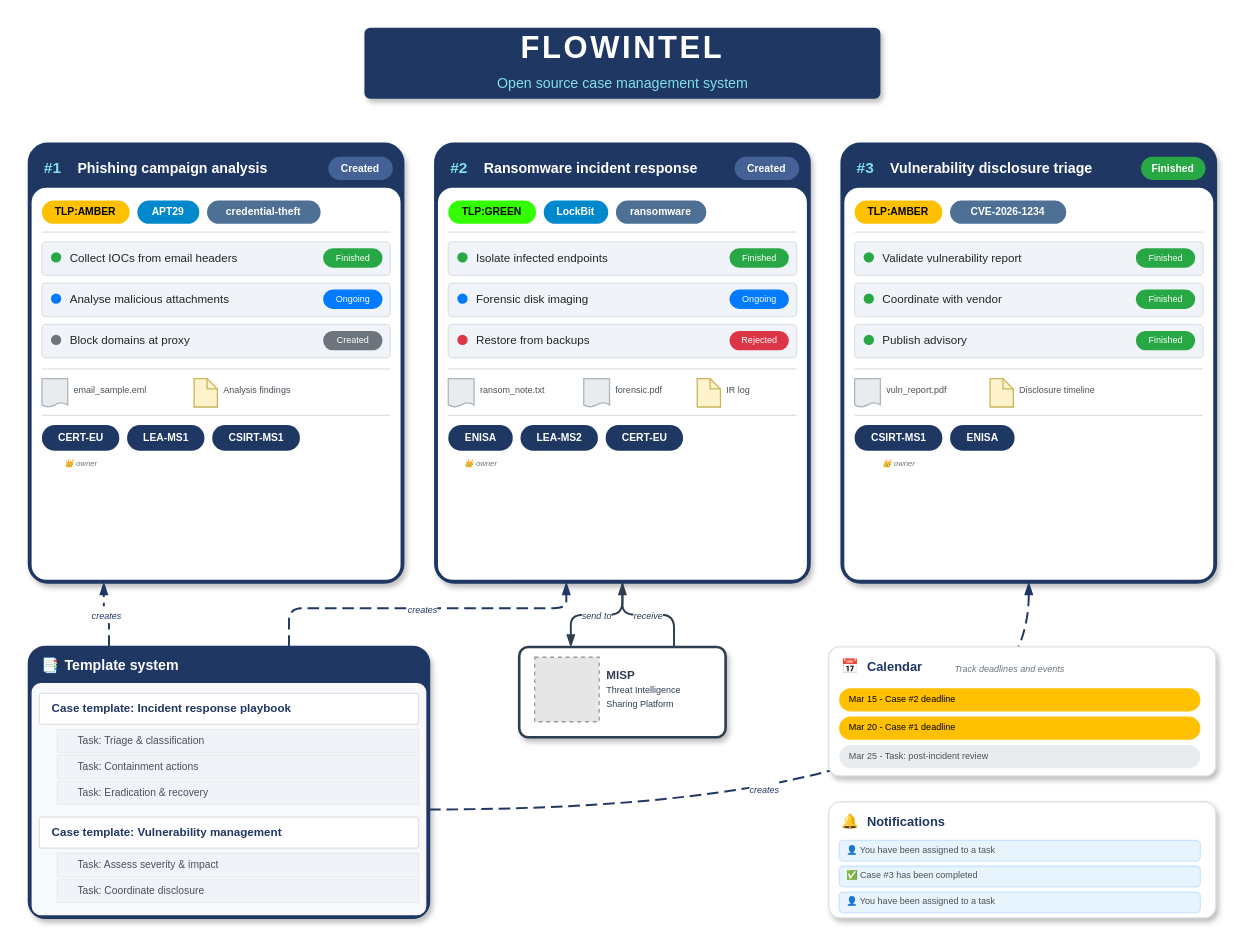
Earlier version of the draw.io diagram page "intro" (1 of 6) of doc/diagrams/flowintel.drawio (cudeso/flowintel). Source tidied: cells renumbered, new cells numbered last; positions are measured from the earlier drawing's top-left corner, leaving out a move shared by most shapes. Both pictures are drawn from the tidied source at 129%, with x=0, y=0 at pixel (28, 27). Pictures stored in the file or linked from it are replaced by grey dashed boxes.
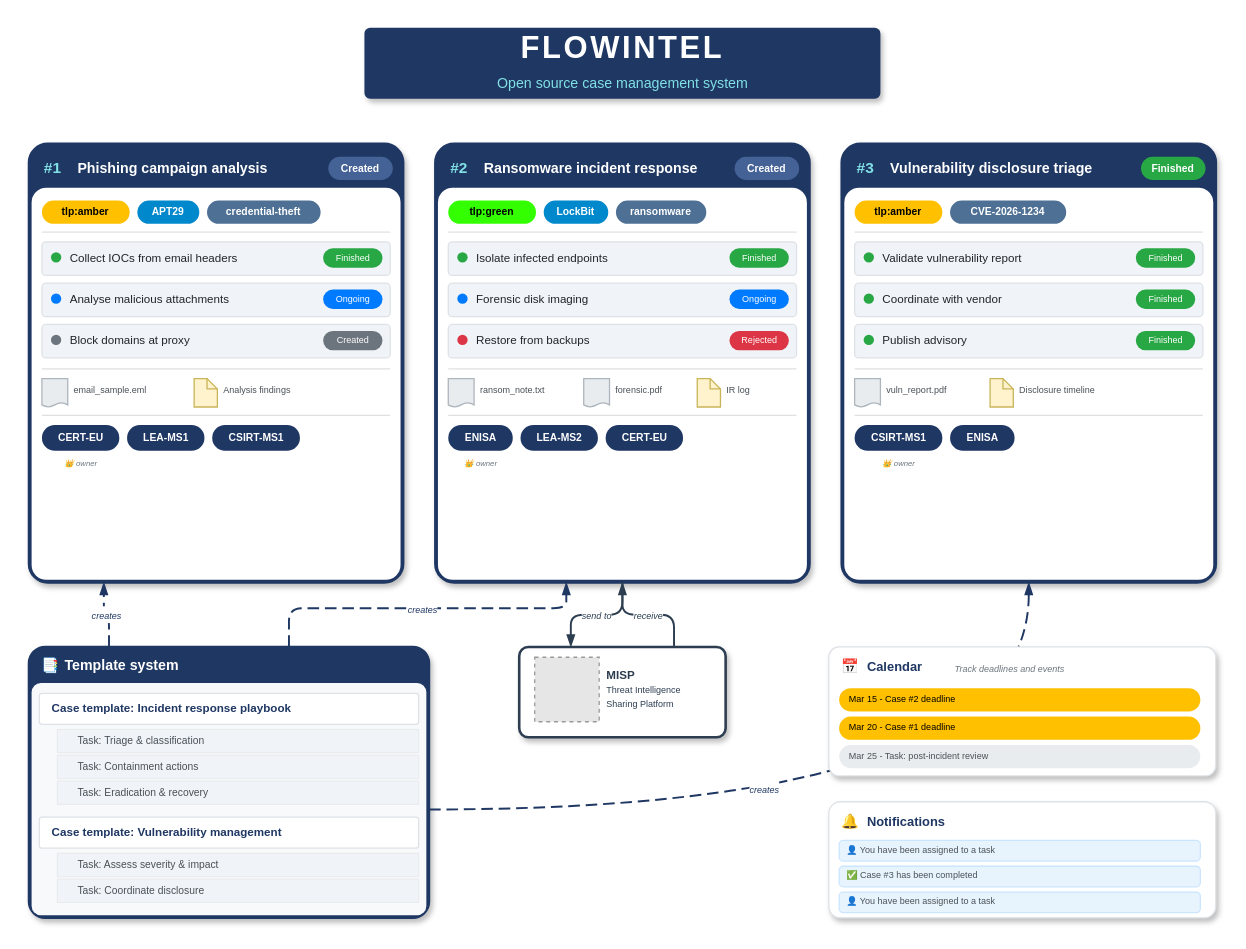
Above is the later version.

Unchanged cells that the change refers to:
```xml
<mxCell id="5" style="rounded=1;whiteSpace=wrap;html=1;fillColor=#1f3763;strokeColor=#1f3763;strokeWidth=2;arcSize=5;shadow=1;" parent="1" vertex="1">
  <mxGeometry y="90" width="290" height="340" as="geometry" />
</mxCell>
<mxCell id="36" style="rounded=1;whiteSpace=wrap;html=1;fillColor=#1f3763;strokeColor=#1f3763;strokeWidth=2;arcSize=5;shadow=1;" parent="1" vertex="1">
  <mxGeometry x="315" y="90" width="290" height="340" as="geometry" />
</mxCell>
<mxCell id="69" style="rounded=1;whiteSpace=wrap;html=1;fillColor=#1f3763;strokeColor=#1f3763;strokeWidth=2;arcSize=5;shadow=1;" parent="1" vertex="1">
  <mxGeometry x="630" y="90" width="290" height="340" as="geometry" />
</mxCell>
```

What changed in the source:
```diff
@@
-    <mxCell id="10" value="TLP:AMBER" style="rounded=1;whiteSpace=wrap;html=1;fillColor=#FFC000;fontColor=#000000;strokeColor=none;fontSize=8;fontStyle=1;arcSize=50;" parent="5" vertex="1">
+    <mxCell id="10" value="tlp:amber" style="rounded=1;whiteSpace=wrap;html=1;fillColor=#FFC000;fontColor=#000000;strokeColor=none;fontSize=8;fontStyle=1;arcSize=50;" parent="5" vertex="1">
       <mxGeometry x="10" y="44" width="68" height="18" as="geometry" />
     </mxCell>
@@
-    <mxCell id="41" value="TLP:GREEN" style="rounded=1;whiteSpace=wrap;html=1;fillColor=#33FF00;fontColor=#000000;strokeColor=none;fontSize=8;fontStyle=1;arcSize=50;" parent="36" vertex="1">
+    <mxCell id="41" value="tlp:green" style="rounded=1;whiteSpace=wrap;html=1;fillColor=#33FF00;fontColor=#000000;strokeColor=none;fontSize=8;fontStyle=1;arcSize=50;" parent="36" vertex="1">
       <mxGeometry x="10" y="44" width="68" height="18" as="geometry" />
     </mxCell>
@@
-    <mxCell id="74" value="TLP:AMBER" style="rounded=1;whiteSpace=wrap;html=1;fillColor=#FFC000;fontColor=#000000;strokeColor=none;fontSize=8;fontStyle=1;arcSize=50;" parent="69" vertex="1">
+    <mxCell id="74" value="tlp:amber" style="rounded=1;whiteSpace=wrap;html=1;fillColor=#FFC000;fontColor=#000000;strokeColor=none;fontSize=8;fontStyle=1;arcSize=50;" parent="69" vertex="1">
       <mxGeometry x="10" y="44" width="68" height="18" as="geometry" />
     </mxCell>
```
